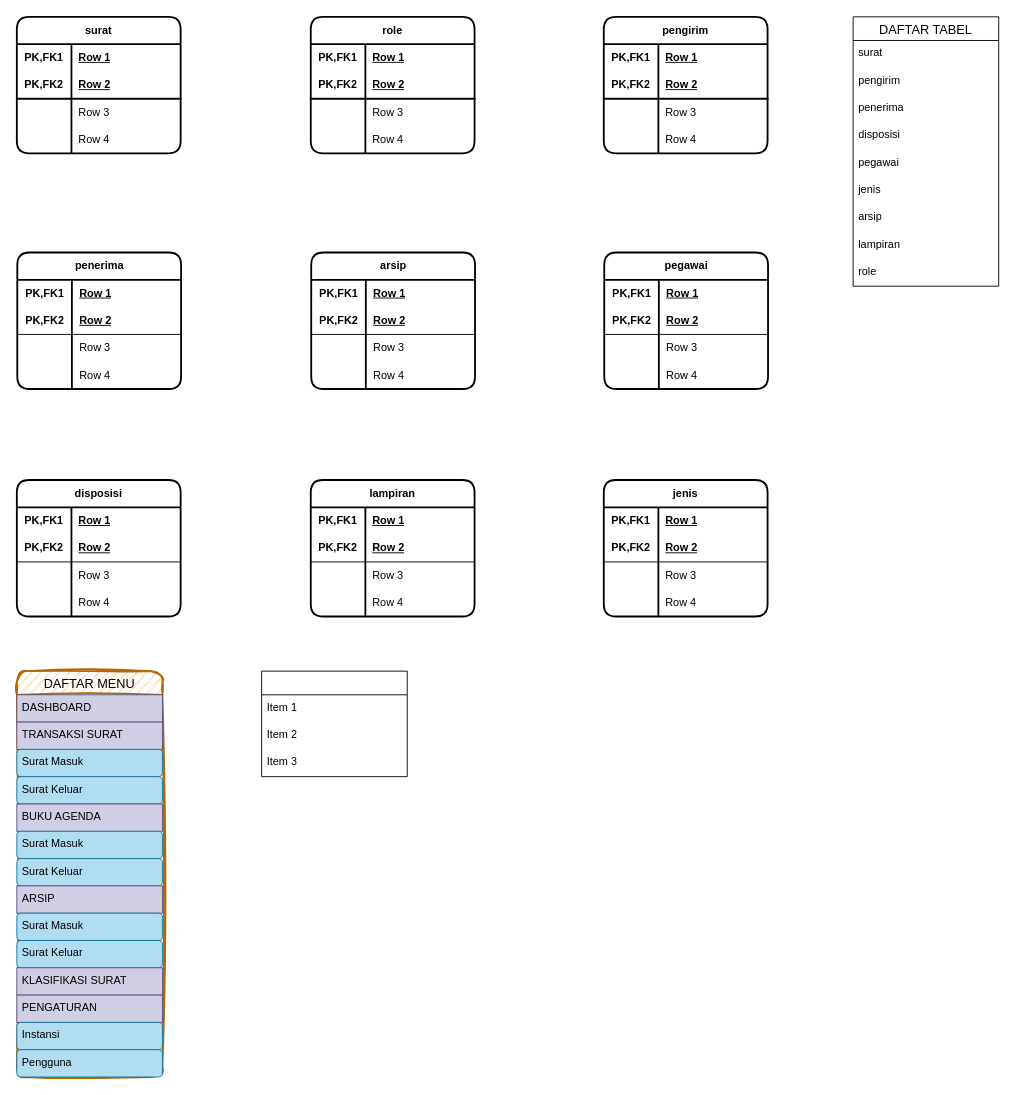
This is Diagram Tanpa Judul.drawio from ZulfikriYahya/zulfikriyahya.github.io, a draw.io file, before an edit. Source tidied: cells renumbered, new cells numbered last; positions are measured from the earlier drawing's top-left corner, leaving out a move shared by most shapes. Both pictures are drawn from the tidied source at 91%, with x=0, y=0 at pixel (16, 16).
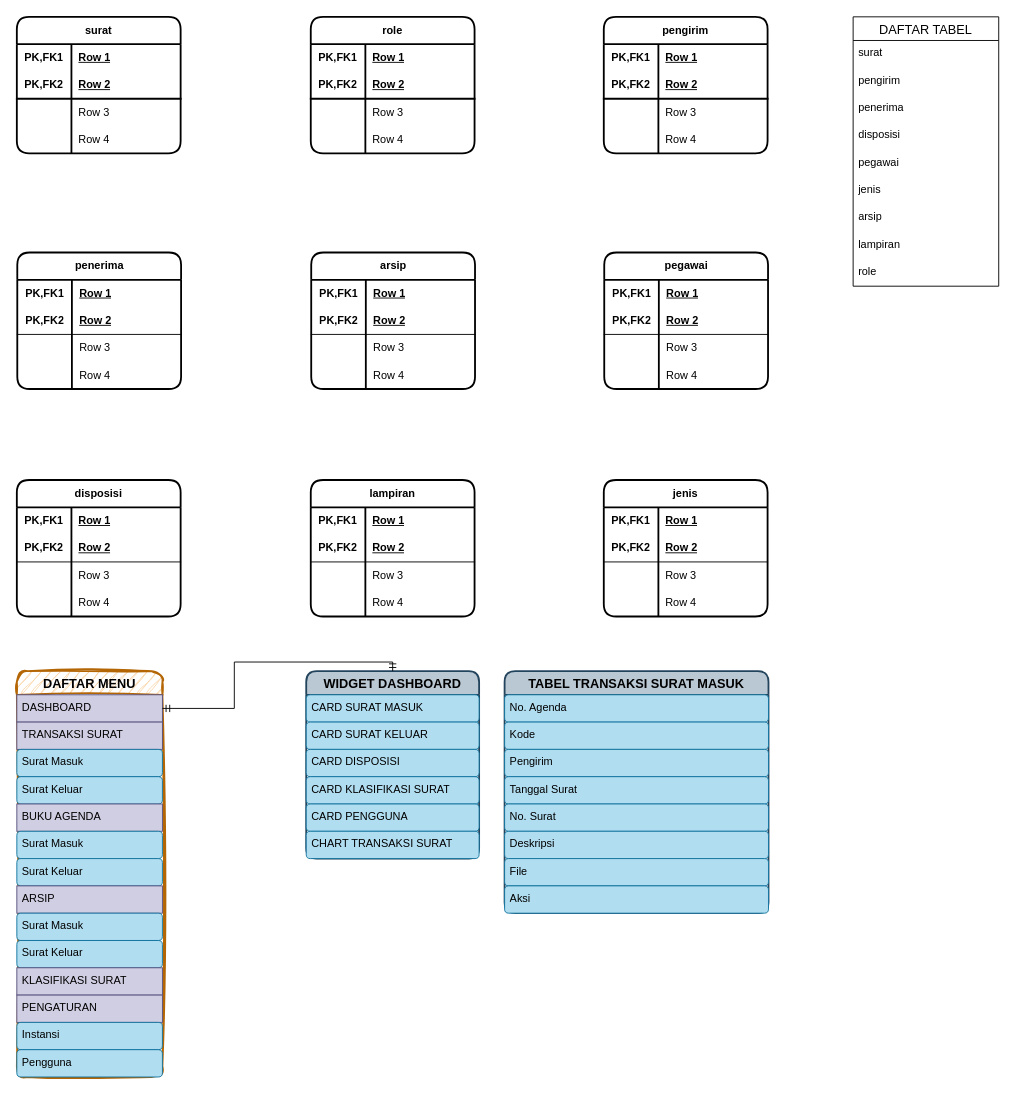
The same page after the edit.

Unchanged cells that the change refers to:
```xml
<mxCell id="130" value="DASHBOARD" style="text;fillColor=#d0cee2;spacingLeft=4;spacingRight=4;overflow=hidden;points=[[0,0.5],[1,0.5]];portConstraint=eastwest;fontSize=12;whiteSpace=wrap;html=1;swimlaneFillColor=none;strokeColor=#56517e;" parent="129" vertex="1">
  <mxGeometry y="26" width="160" height="30" as="geometry" />
</mxCell>
```

Diff of the diagram source:
```diff
@@
-    <mxCell id="129" value="DAFTAR MENU" style="swimlane;fontStyle=0;horizontal=1;startSize=26;align=center;fontSize=14;fillColor=#fad7ac;swimlaneFillColor=none;rounded=1;sketch=1;curveFitting=1;jiggle=2;strokeColor=#b46504;strokeWidth=2;" parent="1" vertex="1">
+    <mxCell id="129" value="DAFTAR MENU" style="swimlane;fontStyle=1;horizontal=1;startSize=26;align=center;fontSize=14;fillColor=#fad7ac;swimlaneFillColor=none;rounded=1;sketch=1;curveFitting=1;jiggle=2;strokeColor=#b46504;strokeWidth=2;" parent="1" vertex="1">
       <mxGeometry y="719" width="160" height="446" as="geometry" />
     </mxCell>
@@
-    <mxCell id="144" style="swimlane;fontStyle=0;horizontal=1;startSize=26;align=center;fontSize=14;" parent="1" vertex="1">
-      <mxGeometry x="269" y="719" width="160" height="116" as="geometry" />
+    <mxCell id="144" value="WIDGET DASHBOARD" style="swimlane;fontStyle=1;horizontal=1;startSize=26;align=center;fontSize=14;rounded=1;fillColor=#bac8d3;strokeColor=#23445d;swimlaneLine=1;strokeWidth=2;" parent="1" vertex="1">
+      <mxGeometry x="318" y="719" width="190" height="206" as="geometry" />
     </mxCell>
-    <mxCell id="145" value="Item 1" style="text;strokeColor=none;fillColor=none;spacingLeft=4;spacingRight=4;overflow=hidden;fontSize=12;whiteSpace=wrap;html=1;" parent="144" vertex="1">
-      <mxGeometry y="26" width="160" height="30" as="geometry" />
+    <mxCell id="145" value="CARD SURAT MASUK" style="text;strokeColor=#10739e;fillColor=#b1ddf0;spacingLeft=4;spacingRight=4;overflow=hidden;fontSize=12;whiteSpace=wrap;html=1;rounded=1;" parent="144" vertex="1">
+      <mxGeometry y="26" width="190" height="30" as="geometry" />
     </mxCell>
-    <mxCell id="146" value="Item 2" style="text;strokeColor=none;fillColor=none;spacingLeft=4;spacingRight=4;overflow=hidden;fontSize=12;whiteSpace=wrap;html=1;" parent="144" vertex="1">
-      <mxGeometry y="56" width="160" height="30" as="geometry" />
+    <mxCell id="146" value="CARD SURAT KELUAR" style="text;strokeColor=#10739e;fillColor=#b1ddf0;spacingLeft=4;spacingRight=4;overflow=hidden;fontSize=12;whiteSpace=wrap;html=1;rounded=1;glass=0;" parent="144" vertex="1">
+      <mxGeometry y="56" width="190" height="30" as="geometry" />
     </mxCell>
-    <mxCell id="147" value="Item 3" style="text;strokeColor=none;fillColor=none;spacingLeft=4;spacingRight=4;overflow=hidden;fontSize=12;whiteSpace=wrap;html=1;" parent="144" vertex="1">
-      <mxGeometry y="86" width="160" height="30" as="geometry" />
+    <mxCell id="147" value="CARD DISPOSISI" style="text;strokeColor=#10739e;fillColor=#b1ddf0;spacingLeft=4;spacingRight=4;overflow=hidden;fontSize=12;whiteSpace=wrap;html=1;rounded=1;glass=0;" parent="144" vertex="1">
+      <mxGeometry y="86" width="190" height="30" as="geometry" />
     </mxCell>
+    <mxCell id="148" value="CARD KLASIFIKASI SURAT" style="text;strokeColor=#10739e;fillColor=#b1ddf0;spacingLeft=4;spacingRight=4;overflow=hidden;fontSize=12;whiteSpace=wrap;html=1;rounded=1;glass=0;" parent="144" vertex="1">
+      <mxGeometry y="116" width="190" height="30" as="geometry" />
+    </mxCell>
+    <mxCell id="149" value="CARD PENGGUNA" style="text;strokeColor=#10739e;fillColor=#b1ddf0;spacingLeft=4;spacingRight=4;overflow=hidden;fontSize=12;whiteSpace=wrap;html=1;rounded=1;glass=0;" parent="144" vertex="1">
+      <mxGeometry y="146" width="190" height="30" as="geometry" />
+    </mxCell>
+    <mxCell id="150" value="CHART TRANSAKSI SURAT" style="text;strokeColor=#10739e;fillColor=#b1ddf0;spacingLeft=4;spacingRight=4;overflow=hidden;fontSize=12;whiteSpace=wrap;html=1;rounded=1;glass=0;" parent="144" vertex="1">
+      <mxGeometry y="176" width="190" height="30" as="geometry" />
+    </mxCell>
+    <mxCell id="151" value="TABEL TRANSAKSI SURAT MASUK" style="swimlane;fontStyle=1;horizontal=1;startSize=26;align=center;fontSize=14;rounded=1;fillColor=#bac8d3;strokeColor=#23445d;swimlaneLine=1;strokeWidth=2;" parent="1" vertex="1">
+      <mxGeometry x="536" y="719" width="290" height="266" as="geometry" />
+    </mxCell>
+    <mxCell id="152" value="No. Agenda" style="text;strokeColor=#10739e;fillColor=#b1ddf0;spacingLeft=4;spacingRight=4;overflow=hidden;fontSize=12;whiteSpace=wrap;html=1;rounded=1;" parent="151" vertex="1">
+      <mxGeometry y="26" width="290" height="30" as="geometry" />
+    </mxCell>
+    <mxCell id="153" value="Kode" style="text;strokeColor=#10739e;fillColor=#b1ddf0;spacingLeft=4;spacingRight=4;overflow=hidden;fontSize=12;whiteSpace=wrap;html=1;rounded=1;glass=0;" parent="151" vertex="1">
+      <mxGeometry y="56" width="290" height="30" as="geometry" />
+    </mxCell>
+    <mxCell id="154" value="Pengirim" style="text;strokeColor=#10739e;fillColor=#b1ddf0;spacingLeft=4;spacingRight=4;overflow=hidden;fontSize=12;whiteSpace=wrap;html=1;rounded=1;glass=0;" parent="151" vertex="1">
+      <mxGeometry y="86" width="290" height="30" as="geometry" />
+    </mxCell>
+    <mxCell id="155" value="Tanggal Surat" style="text;strokeColor=#10739e;fillColor=#b1ddf0;spacingLeft=4;spacingRight=4;overflow=hidden;fontSize=12;whiteSpace=wrap;html=1;rounded=1;glass=0;" parent="151" vertex="1">
+      <mxGeometry y="116" width="290" height="30" as="geometry" />
+    </mxCell>
+    <mxCell id="156" value="No. Surat" style="text;strokeColor=#10739e;fillColor=#b1ddf0;spacingLeft=4;spacingRight=4;overflow=hidden;fontSize=12;whiteSpace=wrap;html=1;rounded=1;glass=0;" parent="151" vertex="1">
+      <mxGeometry y="146" width="290" height="30" as="geometry" />
+    </mxCell>
+    <mxCell id="157" value="Deskripsi" style="text;strokeColor=#10739e;fillColor=#b1ddf0;spacingLeft=4;spacingRight=4;overflow=hidden;fontSize=12;whiteSpace=wrap;html=1;rounded=1;glass=0;" parent="151" vertex="1">
+      <mxGeometry y="176" width="290" height="30" as="geometry" />
+    </mxCell>
+    <mxCell id="158" value="File" style="text;strokeColor=#10739e;fillColor=#b1ddf0;spacingLeft=4;spacingRight=4;overflow=hidden;fontSize=12;whiteSpace=wrap;html=1;rounded=1;glass=0;" parent="151" vertex="1">
+      <mxGeometry y="206" width="290" height="30" as="geometry" />
+    </mxCell>
+    <mxCell id="159" value="Aksi" style="text;strokeColor=#10739e;fillColor=#b1ddf0;spacingLeft=4;spacingRight=4;overflow=hidden;fontSize=12;whiteSpace=wrap;html=1;rounded=1;glass=0;" parent="151" vertex="1">
+      <mxGeometry y="236" width="290" height="30" as="geometry" />
+    </mxCell>
+    <mxCell id="160" style="edgeStyle=orthogonalEdgeStyle;fontSize=12;html=1;endArrow=ERmandOne;startArrow=ERmandOne;rounded=0;entryX=0.5;entryY=0;entryDx=0;entryDy=0;exitX=1;exitY=0.5;exitDx=0;exitDy=0;" parent="1" edge="1" source="130" target="144">
+      <mxGeometry relative="1" as="geometry" />
+    </mxCell>
```
